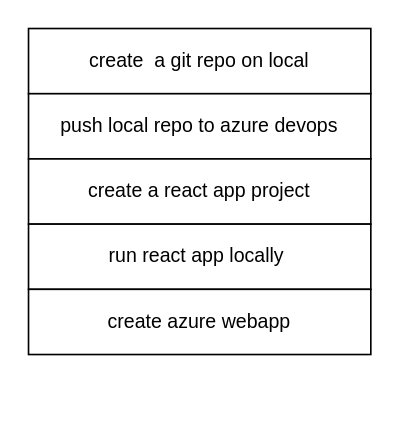
This is Untitled Diagram.drawio from sidhesh91/demo1, a draw.io file, before an edit. Source tidied: cells renumbered, new cells numbered last; positions are measured from the earlier drawing's top-left corner, leaving out a move shared by most shapes. Both pictures are drawn from the tidied source at 163%, with x=0, y=0 at pixel (28, 28).
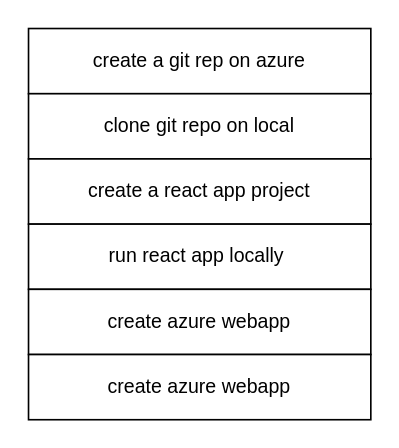
Above is the later version.

Diff of the diagram source:
```diff
@@
 <mxGraphModel>
   <root>
     <mxCell id="0" />
     <mxCell id="1" parent="0" />
-    <mxCell id="2" value="create&amp;nbsp; a git repo on local" style="rounded=0;whiteSpace=wrap;html=1;" parent="1" vertex="1">
+    <mxCell id="2" value="create a git rep on azure" style="rounded=0;whiteSpace=wrap;html=1;" parent="1" vertex="1">
       <mxGeometry width="210" height="40" as="geometry" />
     </mxCell>
-    <mxCell id="3" value="push local repo to azure devops" style="rounded=0;whiteSpace=wrap;html=1;" parent="1" vertex="1">
+    <mxCell id="3" value="clone git repo on local" style="rounded=0;whiteSpace=wrap;html=1;" parent="1" vertex="1">
       <mxGeometry y="40" width="210" height="40" as="geometry" />
     </mxCell>
     <mxCell id="4" value="create a react app project" style="rounded=0;whiteSpace=wrap;html=1;" parent="1" vertex="1">
       <mxGeometry y="80" width="210" height="40" as="geometry" />
     </mxCell>
     <mxCell id="5" value="run react app locally&amp;nbsp;" style="rounded=0;whiteSpace=wrap;html=1;" parent="1" vertex="1">
       <mxGeometry y="120" width="210" height="40" as="geometry" />
     </mxCell>
     <mxCell id="6" value="create azure webapp" style="rounded=0;whiteSpace=wrap;html=1;" parent="1" vertex="1">
       <mxGeometry y="160" width="210" height="40" as="geometry" />
     </mxCell>
+    <mxCell id="7" value="create azure webapp" style="rounded=0;whiteSpace=wrap;html=1;" parent="1" vertex="1">
+      <mxGeometry y="200" width="210" height="40" as="geometry" />
+    </mxCell>
   </root>
 </mxGraphModel>
```
